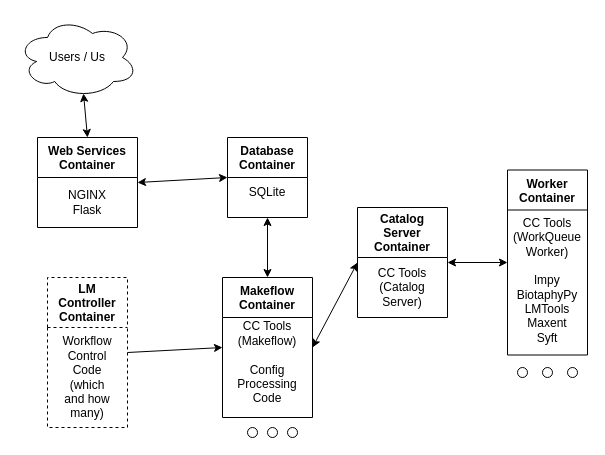
The draw.io diagram docs/draw_io_diagrams/lm_container_diagram.drawio in specifysystems/complexify, before the edit. Source tidied: cells renumbered, new cells numbered last; positions are measured from the earlier drawing's top-left corner, leaving out a move shared by most shapes. Both pictures are drawn from the tidied source at 100%, with x=0, y=0 at pixel (17, 17).
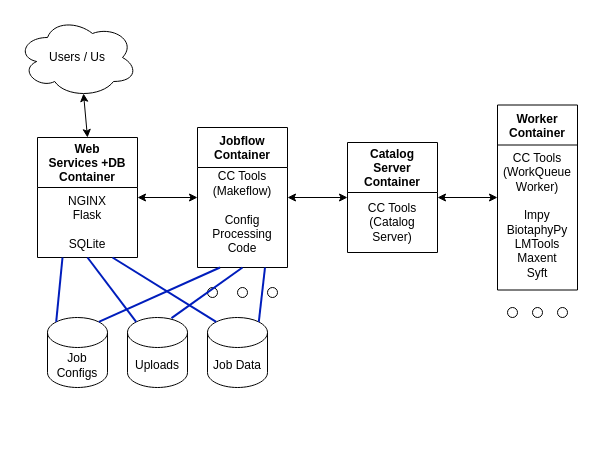
After the change.

Commit message:
Update container diagram to show new approach

Unchanged cells that the change refers to:
```xml
<mxCell id="9" value="CC Tools (Makeflow)&lt;br&gt;&lt;br&gt;Config Processing Code" style="text;html=1;strokeColor=none;fillColor=none;align=center;verticalAlign=middle;whiteSpace=wrap;rounded=0;" parent="8" vertex="1">
  <mxGeometry y="70" width="90" height="30" as="geometry" />
</mxCell>
```

Change to the diagram source:
```diff
@@
-    <mxCell id="2" value="Web Services&#10;Container" style="swimlane;startSize=40;" parent="1" vertex="1">
-      <mxGeometry x="20" y="120" width="100" height="90" as="geometry" />
+    <mxCell id="2" value="Web &#10;Services +DB&#10;Container" style="swimlane;startSize=50;" parent="1" vertex="1">
+      <mxGeometry x="20" y="120" width="100" height="120" as="geometry" />
     </mxCell>
-    <mxCell id="3" value="NGINX&lt;br&gt;Flask" style="text;html=1;strokeColor=none;fillColor=none;align=center;verticalAlign=middle;whiteSpace=wrap;rounded=0;" parent="2" vertex="1">
-      <mxGeometry x="20" y="50" width="60" height="30" as="geometry" />
+    <mxCell id="3" value="NGINX&lt;br&gt;Flask&lt;br&gt;&lt;br&gt;SQLite" style="text;html=1;strokeColor=none;fillColor=none;align=center;verticalAlign=middle;whiteSpace=wrap;rounded=0;" parent="2" vertex="1">
+      <mxGeometry x="20" y="70" width="60" height="30" as="geometry" />
     </mxCell>
-    <mxCell id="4" value="Database&#10;Container" style="swimlane;startSize=40;" parent="1" vertex="1">
-      <mxGeometry x="210" y="120" width="80" height="80" as="geometry" />
-    </mxCell>
-    <mxCell id="5" value="SQLite" style="text;html=1;strokeColor=none;fillColor=none;align=center;verticalAlign=middle;whiteSpace=wrap;rounded=0;" parent="4" vertex="1">
-      <mxGeometry x="10" y="40" width="60" height="30" as="geometry" />
-    </mxCell>
-    <mxCell id="6" value="LM&#10;Controller&#10;Container" style="swimlane;dashed=1;startSize=50;" parent="1" vertex="1">
-      <mxGeometry x="30" y="260" width="80" height="150" as="geometry" />
-    </mxCell>
-    <mxCell id="7" value="Workflow&lt;br&gt;Control&lt;br&gt;Code&lt;br&gt;(which and how many)" style="text;html=1;strokeColor=none;fillColor=none;align=center;verticalAlign=middle;whiteSpace=wrap;rounded=0;dashed=1;" parent="6" vertex="1">
-      <mxGeometry x="10" y="85" width="60" height="30" as="geometry" />
-    </mxCell>
-    <mxCell id="8" value="Makeflow&#10;Container" style="swimlane;startSize=40;" parent="1" vertex="1">
-      <mxGeometry x="205" y="260" width="90" height="140" as="geometry" />
+    <mxCell id="8" value="Jobflow&#10;Container" style="swimlane;startSize=40;" parent="1" vertex="1">
+      <mxGeometry x="180" y="110" width="90" height="140" as="geometry" />
     </mxCell>
@@
     <mxCell id="10" value="Catalog&#10;Server&#10;Container" style="swimlane;startSize=50;" parent="1" vertex="1">
-      <mxGeometry x="340" y="190" width="90" height="110" as="geometry" />
+      <mxGeometry x="330" y="125" width="90" height="110" as="geometry" />
     </mxCell>
@@
     <mxCell id="12" value="Worker&#10;Container" style="swimlane;startSize=40;" parent="1" vertex="1">
-      <mxGeometry x="490" y="152.5" width="80" height="185" as="geometry" />
+      <mxGeometry x="480" y="87.5" width="80" height="185" as="geometry" />
     </mxCell>
@@
-    <mxCell id="15" style="endArrow=classic;startArrow=classic;html=1;rounded=0;exitX=1;exitY=0.5;exitDx=0;exitDy=0;entryX=0;entryY=0.5;entryDx=0;entryDy=0;" parent="1" edge="1" source="2" target="4">
-      <mxGeometry relative="1" as="geometry" />
-    </mxCell>
-    <mxCell id="16" style="endArrow=classic;html=1;rounded=0;exitX=1;exitY=0.5;exitDx=0;exitDy=0;entryX=0;entryY=0;entryDx=0;entryDy=0;" parent="1" edge="1" source="6" target="9">
-      <mxGeometry relative="1" as="geometry" />
-    </mxCell>
@@
-    <mxCell id="20" style="endArrow=classic;startArrow=classic;html=1;rounded=0;exitX=0.5;exitY=1;exitDx=0;exitDy=0;entryX=0.5;entryY=0;entryDx=0;entryDy=0;" parent="1" edge="1" source="4" target="8">
+    <mxCell id="20" style="endArrow=classic;startArrow=classic;html=1;rounded=0;exitX=1;exitY=0.5;exitDx=0;exitDy=0;entryX=0;entryY=0;entryDx=0;entryDy=0;" parent="1" edge="1" source="2" target="9">
       <mxGeometry relative="1" as="geometry" />
     </mxCell>
     <mxCell id="21" style="ellipse;whiteSpace=wrap;html=1;" parent="1" vertex="1">
-      <mxGeometry x="230" y="410" width="10" height="10" as="geometry" />
+      <mxGeometry x="190" y="270" width="10" height="10" as="geometry" />
     </mxCell>
     <mxCell id="22" style="ellipse;whiteSpace=wrap;html=1;" parent="1" vertex="1">
-      <mxGeometry x="250" y="410" width="10" height="10" as="geometry" />
+      <mxGeometry x="220" y="270" width="10" height="10" as="geometry" />
     </mxCell>
     <mxCell id="23" style="ellipse;whiteSpace=wrap;html=1;" parent="1" vertex="1">
-      <mxGeometry x="270" y="410" width="10" height="10" as="geometry" />
+      <mxGeometry x="250" y="270" width="10" height="10" as="geometry" />
     </mxCell>
     <mxCell id="24" style="ellipse;whiteSpace=wrap;html=1;" parent="1" vertex="1">
-      <mxGeometry x="550" y="350" width="10" height="10" as="geometry" />
+      <mxGeometry x="540" y="290" width="10" height="10" as="geometry" />
     </mxCell>
     <mxCell id="25" style="ellipse;whiteSpace=wrap;html=1;" parent="1" vertex="1">
-      <mxGeometry x="525" y="350" width="10" height="10" as="geometry" />
+      <mxGeometry x="515" y="290" width="10" height="10" as="geometry" />
     </mxCell>
     <mxCell id="26" style="ellipse;whiteSpace=wrap;html=1;" parent="1" vertex="1">
-      <mxGeometry x="500" y="350" width="10" height="10" as="geometry" />
+      <mxGeometry x="490" y="290" width="10" height="10" as="geometry" />
     </mxCell>
+    <mxCell id="27" value="Job&lt;br&gt;Configs" style="shape=cylinder3;whiteSpace=wrap;html=1;boundedLbl=1;backgroundOutline=1;size=15;" parent="1" vertex="1">
+      <mxGeometry x="30" y="300" width="60" height="70" as="geometry" />
+    </mxCell>
+    <mxCell id="28" value="Uploads" style="shape=cylinder3;whiteSpace=wrap;html=1;boundedLbl=1;backgroundOutline=1;size=15;" parent="1" vertex="1">
+      <mxGeometry x="110" y="300" width="60" height="70" as="geometry" />
+    </mxCell>
+    <mxCell id="29" value="Job Data" style="shape=cylinder3;whiteSpace=wrap;html=1;boundedLbl=1;backgroundOutline=1;size=15;" parent="1" vertex="1">
+      <mxGeometry x="190" y="300" width="60" height="70" as="geometry" />
+    </mxCell>
+    <mxCell id="30" style="endArrow=none;html=1;rounded=0;exitX=0.25;exitY=1;exitDx=0;exitDy=0;entryX=0.145;entryY=0;entryDx=0;entryDy=4.35;entryPerimeter=0;strokeWidth=2;fillColor=#0050ef;strokeColor=#001DBC;" parent="1" edge="1" source="2" target="27">
+      <mxGeometry relative="1" as="geometry" />
+    </mxCell>
+    <mxCell id="31" style="endArrow=none;html=1;rounded=0;exitX=0.5;exitY=1;exitDx=0;exitDy=0;entryX=0.145;entryY=0;entryDx=0;entryDy=4.35;entryPerimeter=0;strokeWidth=2;fillColor=#0050ef;strokeColor=#001DBC;" parent="1" edge="1" source="2" target="28">
+      <mxGeometry relative="1" as="geometry" />
+    </mxCell>
+    <mxCell id="32" style="endArrow=none;html=1;rounded=0;exitX=0.75;exitY=1;exitDx=0;exitDy=0;entryX=0.145;entryY=0;entryDx=0;entryDy=4.35;entryPerimeter=0;strokeWidth=2;fillColor=#0050ef;strokeColor=#001DBC;" parent="1" edge="1" source="2" target="29">
+      <mxGeometry relative="1" as="geometry" />
+    </mxCell>
+    <mxCell id="33" style="endArrow=none;html=1;rounded=0;exitX=0.25;exitY=1;exitDx=0;exitDy=0;entryX=0.855;entryY=0;entryDx=0;entryDy=4.35;entryPerimeter=0;strokeWidth=2;fillColor=#0050ef;strokeColor=#001DBC;" parent="1" edge="1" source="8" target="27">
+      <mxGeometry relative="1" as="geometry" />
+    </mxCell>
+    <mxCell id="34" style="endArrow=none;html=1;rounded=0;exitX=0.5;exitY=1;exitDx=0;exitDy=0;entryX=0.733;entryY=0.009;entryDx=0;entryDy=0;entryPerimeter=0;strokeWidth=2;fillColor=#0050ef;strokeColor=#001DBC;" parent="1" edge="1" source="8" target="28">
+      <mxGeometry relative="1" as="geometry" />
+    </mxCell>
+    <mxCell id="35" style="endArrow=none;html=1;rounded=0;exitX=0.75;exitY=1;exitDx=0;exitDy=0;entryX=0.855;entryY=0;entryDx=0;entryDy=4.35;entryPerimeter=0;strokeWidth=2;fillColor=#0050ef;strokeColor=#001DBC;" parent="1" edge="1" source="8" target="29">
+      <mxGeometry relative="1" as="geometry" />
+    </mxCell>
```
